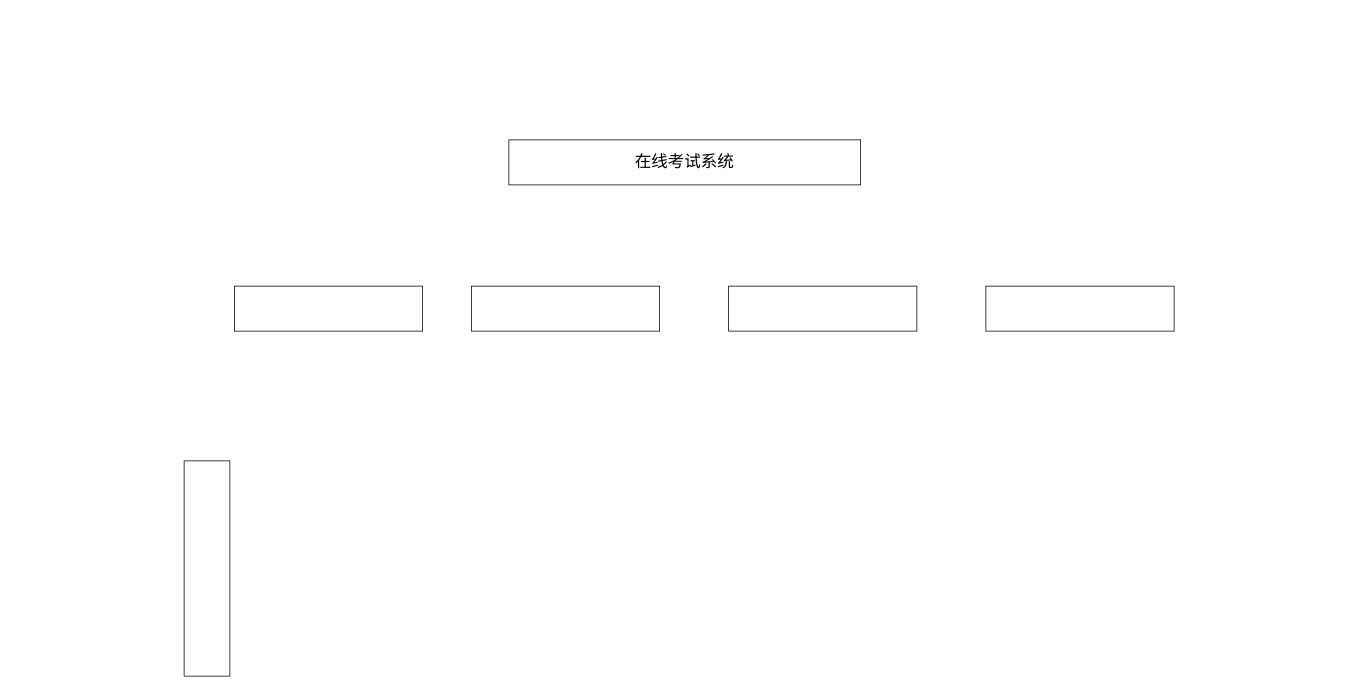
colaassassin/coolweather keeps this draw.io diagram as Untitled Diagram.drawio. Above is the earlier version. Source tidied: cells renumbered, new cells numbered last; positions are measured from the earlier drawing's top-left corner, leaving out a move shared by most shapes. Both pictures are drawn from the tidied source at 75%, with x=0, y=0 at pixel (184, 140).
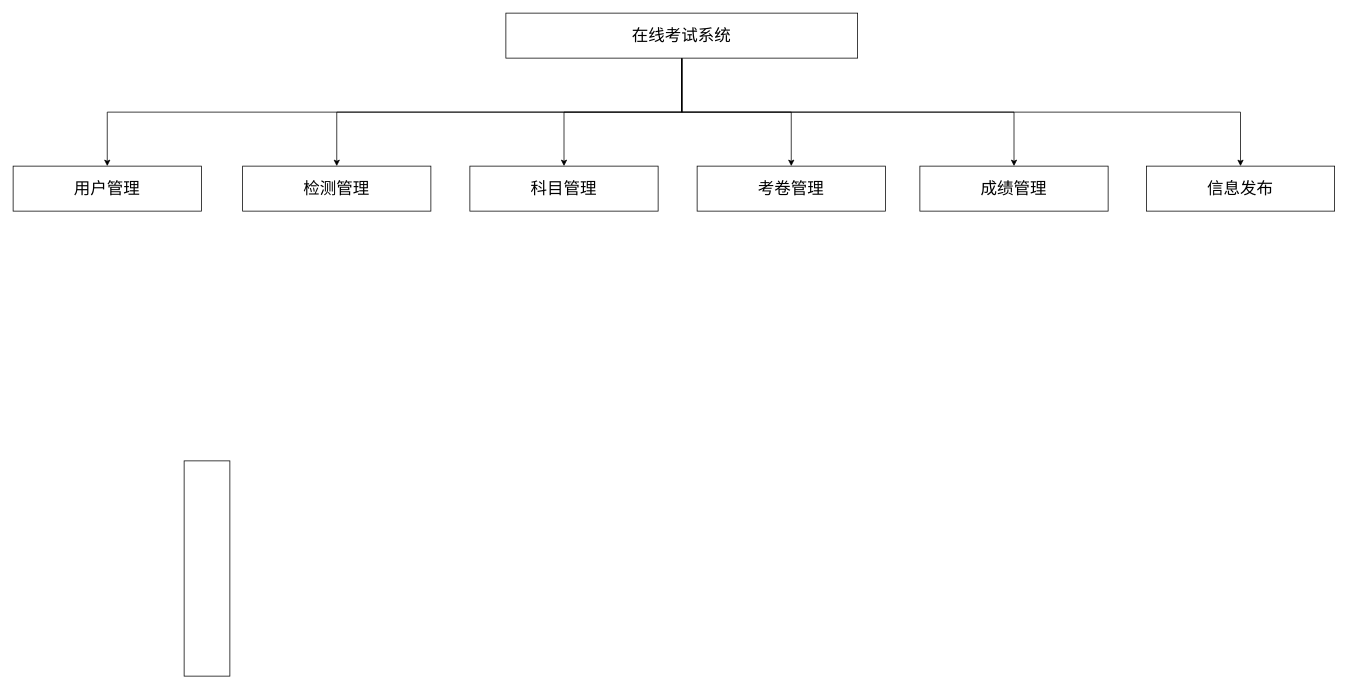
After the change.

Diff of the diagram source:
```diff
@@
 <mxGraphModel background="#ffffff">
   <root>
     <mxCell id="0" />
     <mxCell id="1" parent="0" />
+    <mxCell id="8" style="edgeStyle=orthogonalEdgeStyle;rounded=0;jettySize=auto;html=1;exitX=0.5;exitY=1;exitDx=0;exitDy=0;" parent="1" edge="1" source="2" target="5">
+      <mxGeometry relative="1" as="geometry" />
+    </mxCell>
+    <mxCell id="9" style="edgeStyle=orthogonalEdgeStyle;rounded=0;jettySize=auto;html=1;exitX=0.5;exitY=1;exitDx=0;exitDy=0;" parent="1" edge="1" source="2" target="6">
+      <mxGeometry relative="1" as="geometry" />
+    </mxCell>
+    <mxCell id="10" style="edgeStyle=orthogonalEdgeStyle;rounded=0;jettySize=auto;html=1;exitX=0.5;exitY=1;exitDx=0;exitDy=0;" parent="1" edge="1" source="2" target="14">
+      <mxGeometry relative="1" as="geometry" />
+    </mxCell>
+    <mxCell id="11" style="edgeStyle=orthogonalEdgeStyle;rounded=0;jettySize=auto;html=1;exitX=0.5;exitY=1;exitDx=0;exitDy=0;" parent="1" edge="1" source="2" target="15">
+      <mxGeometry relative="1" as="geometry" />
+    </mxCell>
+    <mxCell id="12" style="edgeStyle=orthogonalEdgeStyle;rounded=0;jettySize=auto;html=1;exitX=0.5;exitY=1;exitDx=0;exitDy=0;entryX=0.5;entryY=0;entryDx=0;entryDy=0;" parent="1" edge="1" source="2" target="4">
+      <mxGeometry relative="1" as="geometry" />
+    </mxCell>
+    <mxCell id="13" style="edgeStyle=orthogonalEdgeStyle;rounded=0;jettySize=auto;html=1;exitX=0.5;exitY=1;exitDx=0;exitDy=0;" parent="1" edge="1" source="2" target="3">
+      <mxGeometry relative="1" as="geometry" />
+    </mxCell>
     <mxCell id="2" value="&lt;font style=&quot;font-size: 22px&quot;&gt;在线考试系统&lt;/font&gt;" style="rounded=0;whiteSpace=wrap;html=1;" parent="1" vertex="1">
-      <mxGeometry x="433" width="469" height="60" as="geometry" />
+      <mxGeometry x="429" y="-169" width="469" height="60" as="geometry" />
     </mxCell>
-    <mxCell id="3" style="rounded=0;whiteSpace=wrap;html=1;" parent="1" vertex="1">
-      <mxGeometry x="67" y="195" width="251" height="60" as="geometry" />
+    <mxCell id="3" value="&lt;font style=&quot;font-size: 22px&quot;&gt;用户管理&lt;/font&gt;" style="rounded=0;whiteSpace=wrap;html=1;" parent="1" vertex="1">
+      <mxGeometry x="-228" y="35" width="251" height="60" as="geometry" />
     </mxCell>
-    <mxCell id="4" style="rounded=0;whiteSpace=wrap;html=1;" parent="1" vertex="1">
-      <mxGeometry x="383" y="195" width="251" height="60" as="geometry" />
+    <mxCell id="4" value="&lt;font style=&quot;font-size: 22px&quot;&gt;检测管理&lt;/font&gt;" style="rounded=0;whiteSpace=wrap;html=1;" parent="1" vertex="1">
+      <mxGeometry x="78" y="35" width="251" height="60" as="geometry" />
     </mxCell>
-    <mxCell id="5" style="rounded=0;whiteSpace=wrap;html=1;" parent="1" vertex="1">
-      <mxGeometry x="726" y="195" width="251" height="60" as="geometry" />
+    <mxCell id="5" value="&lt;font style=&quot;font-size: 22px&quot;&gt;科目管理&lt;/font&gt;" style="rounded=0;whiteSpace=wrap;html=1;" parent="1" vertex="1">
+      <mxGeometry x="381" y="35" width="251" height="60" as="geometry" />
     </mxCell>
-    <mxCell id="6" style="rounded=0;whiteSpace=wrap;html=1;" parent="1" vertex="1">
-      <mxGeometry x="1069" y="195" width="251" height="60" as="geometry" />
+    <mxCell id="6" value="&lt;font style=&quot;font-size: 22px&quot;&gt;考卷管理&lt;/font&gt;" style="rounded=0;whiteSpace=wrap;html=1;" parent="1" vertex="1">
+      <mxGeometry x="684" y="35" width="251" height="60" as="geometry" />
     </mxCell>
     <mxCell id="7" style="rounded=0;whiteSpace=wrap;html=1;" parent="1" vertex="1">
       <mxGeometry y="428" width="61" height="287" as="geometry" />
     </mxCell>
+    <mxCell id="14" value="&lt;font style=&quot;font-size: 22px&quot;&gt;成绩管理&lt;/font&gt;" style="rounded=0;whiteSpace=wrap;html=1;" parent="1" vertex="1">
+      <mxGeometry x="981" y="35" width="251" height="60" as="geometry" />
+    </mxCell>
+    <mxCell id="15" value="&lt;font style=&quot;font-size: 22px&quot;&gt;信息发布&lt;/font&gt;" style="rounded=0;whiteSpace=wrap;html=1;" parent="1" vertex="1">
+      <mxGeometry x="1283" y="35" width="251" height="60" as="geometry" />
+    </mxCell>
   </root>
 </mxGraphModel>
```
